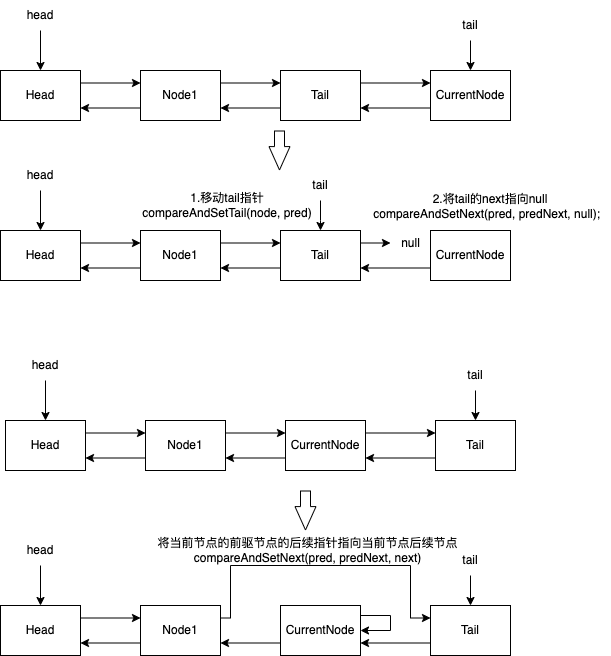
Above: ReentrantLock5.png in zhaole0606/pic (draw.io), before the change. Source tidied: cells renumbered, new cells last; positions are measured from the earlier drawing's top-left corner, leaving out a move shared by most shapes.
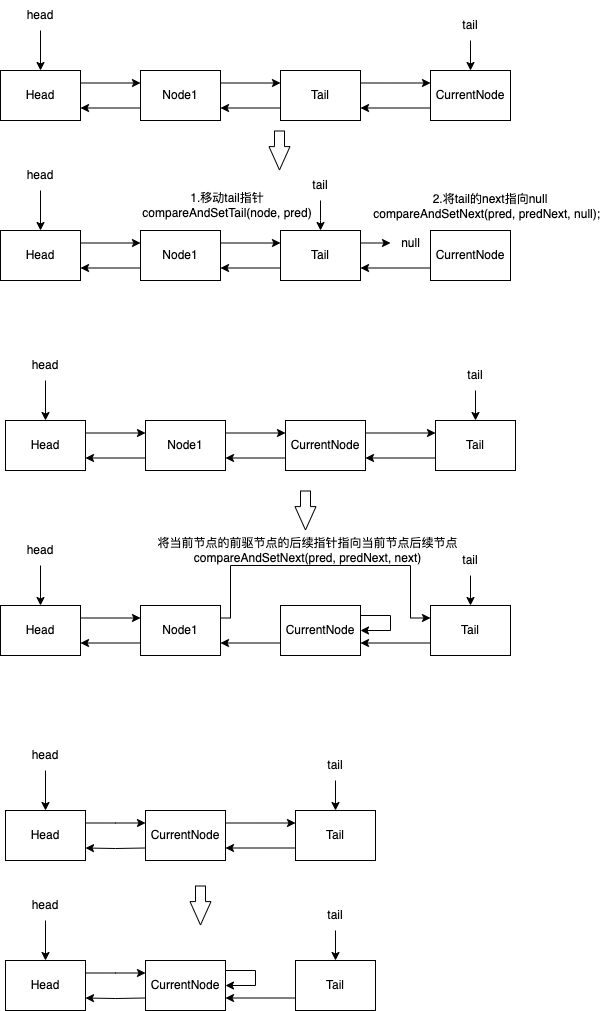
The same file after the commit.

What changed in the source:
```diff
@@ -211,5 +211,91 @@
         <mxPoint x="279" y="170" as="targetPoint" />
       </mxGeometry>
     </mxCell>
+    <mxCell id="64" style="edgeStyle=orthogonalEdgeStyle;rounded=0;jettySize=auto;html=1;exitX=1;exitY=0.25;exitDx=0;exitDy=0;entryX=0;entryY=0.25;entryDx=0;entryDy=0;" parent="1" edge="1" source="65">
+      <mxGeometry relative="1" as="geometry">
+        <mxPoint x="145" y="822.5" as="targetPoint" />
+      </mxGeometry>
+    </mxCell>
+    <mxCell id="65" value="Head" style="rounded=0;whiteSpace=wrap;html=1;" parent="1" vertex="1">
+      <mxGeometry x="5" y="810" width="80" height="50" as="geometry" />
+    </mxCell>
+    <mxCell id="66" value="CurrentNode" style="rounded=0;whiteSpace=wrap;html=1;" parent="1" vertex="1">
+      <mxGeometry x="145" y="810" width="80" height="50" as="geometry" />
+    </mxCell>
+    <mxCell id="67" value="Tail" style="rounded=0;whiteSpace=wrap;html=1;" parent="1" vertex="1">
+      <mxGeometry x="295" y="810" width="80" height="50" as="geometry" />
+    </mxCell>
+    <mxCell id="68" style="edgeStyle=orthogonalEdgeStyle;rounded=0;jettySize=auto;html=1;exitX=1;exitY=0.25;exitDx=0;exitDy=0;entryX=0;entryY=0.25;entryDx=0;entryDy=0;" parent="1" edge="1" source="66" target="67">
+      <mxGeometry relative="1" as="geometry" />
+    </mxCell>
+    <mxCell id="69" style="edgeStyle=orthogonalEdgeStyle;rounded=0;jettySize=auto;html=1;exitX=0;exitY=0.75;exitDx=0;exitDy=0;entryX=1;entryY=0.75;entryDx=0;entryDy=0;" parent="1" edge="1" source="67" target="66">
+      <mxGeometry relative="1" as="geometry" />
+    </mxCell>
+    <mxCell id="70" style="edgeStyle=orthogonalEdgeStyle;rounded=0;jettySize=auto;html=1;entryX=1;entryY=0.75;entryDx=0;entryDy=0;exitX=0;exitY=0.75;exitDx=0;exitDy=0;" parent="1" edge="1" target="65">
+      <mxGeometry relative="1" as="geometry">
+        <mxPoint x="145" y="847.5" as="sourcePoint" />
+      </mxGeometry>
+    </mxCell>
+    <mxCell id="71" style="edgeStyle=orthogonalEdgeStyle;rounded=0;jettySize=auto;html=1;" parent="1" edge="1" source="72" target="65">
+      <mxGeometry relative="1" as="geometry" />
+    </mxCell>
+    <mxCell id="72" value="head" style="text;html=1;strokeColor=none;fillColor=none;align=center;verticalAlign=middle;whiteSpace=wrap;rounded=0;" parent="1" vertex="1">
+      <mxGeometry x="15" y="740" width="60" height="30" as="geometry" />
+    </mxCell>
+    <mxCell id="73" style="edgeStyle=orthogonalEdgeStyle;rounded=0;jettySize=auto;html=1;" parent="1" edge="1" source="74" target="67">
+      <mxGeometry relative="1" as="geometry" />
+    </mxCell>
+    <mxCell id="74" value="tail" style="text;html=1;strokeColor=none;fillColor=none;align=center;verticalAlign=middle;whiteSpace=wrap;rounded=0;" parent="1" vertex="1">
+      <mxGeometry x="305" y="750" width="60" height="30" as="geometry" />
+    </mxCell>
+    <mxCell id="75" style="edgeStyle=orthogonalEdgeStyle;rounded=0;jettySize=auto;html=1;exitX=1;exitY=0.25;exitDx=0;exitDy=0;entryX=0;entryY=0.25;entryDx=0;entryDy=0;" parent="1" edge="1" source="76">
+      <mxGeometry relative="1" as="geometry">
+        <mxPoint x="145" y="972.5" as="targetPoint" />
+      </mxGeometry>
+    </mxCell>
+    <mxCell id="76" value="Head" style="rounded=0;whiteSpace=wrap;html=1;" parent="1" vertex="1">
+      <mxGeometry x="5" y="960" width="80" height="50" as="geometry" />
+    </mxCell>
+    <mxCell id="77" style="edgeStyle=orthogonalEdgeStyle;rounded=0;orthogonalLoop=1;jettySize=auto;html=1;exitX=1;exitY=0;exitDx=0;exitDy=0;entryX=1;entryY=0.5;entryDx=0;entryDy=0;" parent="1" edge="1" source="78" target="78">
+      <mxGeometry relative="1" as="geometry">
+        <Array as="points">
+          <mxPoint x="225" y="970" />
+          <mxPoint x="255" y="970" />
+          <mxPoint x="255" y="985" />
+        </Array>
+      </mxGeometry>
+    </mxCell>
+    <mxCell id="78" value="CurrentNode" style="rounded=0;whiteSpace=wrap;html=1;" parent="1" vertex="1">
+      <mxGeometry x="145" y="960" width="80" height="50" as="geometry" />
+    </mxCell>
+    <mxCell id="79" value="Tail" style="rounded=0;whiteSpace=wrap;html=1;" parent="1" vertex="1">
+      <mxGeometry x="295" y="960" width="80" height="50" as="geometry" />
+    </mxCell>
+    <mxCell id="80" style="edgeStyle=orthogonalEdgeStyle;rounded=0;jettySize=auto;html=1;exitX=0;exitY=0.75;exitDx=0;exitDy=0;entryX=1;entryY=0.75;entryDx=0;entryDy=0;" parent="1" edge="1" source="79" target="78">
+      <mxGeometry relative="1" as="geometry" />
+    </mxCell>
+    <mxCell id="81" style="edgeStyle=orthogonalEdgeStyle;rounded=0;jettySize=auto;html=1;entryX=1;entryY=0.75;entryDx=0;entryDy=0;exitX=0;exitY=0.75;exitDx=0;exitDy=0;" parent="1" edge="1" target="76">
+      <mxGeometry relative="1" as="geometry">
+        <mxPoint x="145" y="997.5" as="sourcePoint" />
+      </mxGeometry>
+    </mxCell>
+    <mxCell id="82" style="edgeStyle=orthogonalEdgeStyle;rounded=0;jettySize=auto;html=1;" parent="1" edge="1" source="83" target="76">
+      <mxGeometry relative="1" as="geometry" />
+    </mxCell>
+    <mxCell id="83" value="head" style="text;html=1;strokeColor=none;fillColor=none;align=center;verticalAlign=middle;whiteSpace=wrap;rounded=0;" parent="1" vertex="1">
+      <mxGeometry x="15" y="890" width="60" height="30" as="geometry" />
+    </mxCell>
+    <mxCell id="84" style="edgeStyle=orthogonalEdgeStyle;rounded=0;jettySize=auto;html=1;" parent="1" edge="1" source="85" target="79">
+      <mxGeometry relative="1" as="geometry" />
+    </mxCell>
+    <mxCell id="85" value="tail" style="text;html=1;strokeColor=none;fillColor=none;align=center;verticalAlign=middle;whiteSpace=wrap;rounded=0;" parent="1" vertex="1">
+      <mxGeometry x="305" y="900" width="60" height="30" as="geometry" />
+    </mxCell>
+    <mxCell id="86" style="shape=flexArrow;endArrow=classic;html=1;rounded=0;endWidth=10;endSize=7.47;" parent="1" edge="1">
+      <mxGeometry relative="1" as="geometry">
+        <mxPoint x="200" y="885" as="sourcePoint" />
+        <mxPoint x="200" y="925" as="targetPoint" />
+      </mxGeometry>
+    </mxCell>
   </root>
 </mxGraphModel>
```
